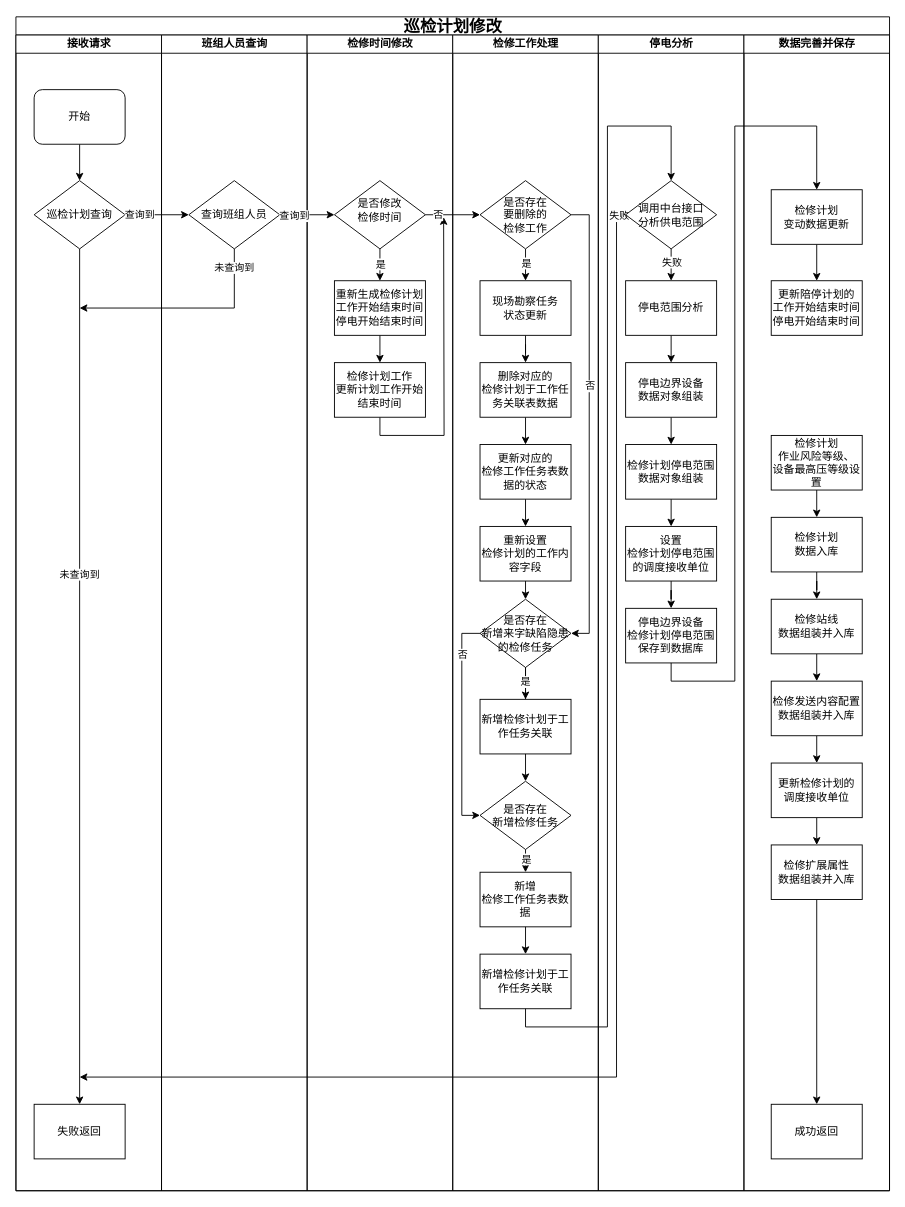
Above: 巡检计划修改.drawio in wwwwbo/myDraw (draw.io), before the change. Source tidied: cells renumbered, new cells numbered last; positions are measured from the earlier drawing's top-left corner, leaving out a move shared by most shapes. Both pictures are drawn from the tidied source at 91%, with x=0, y=0 at pixel (15, 16).
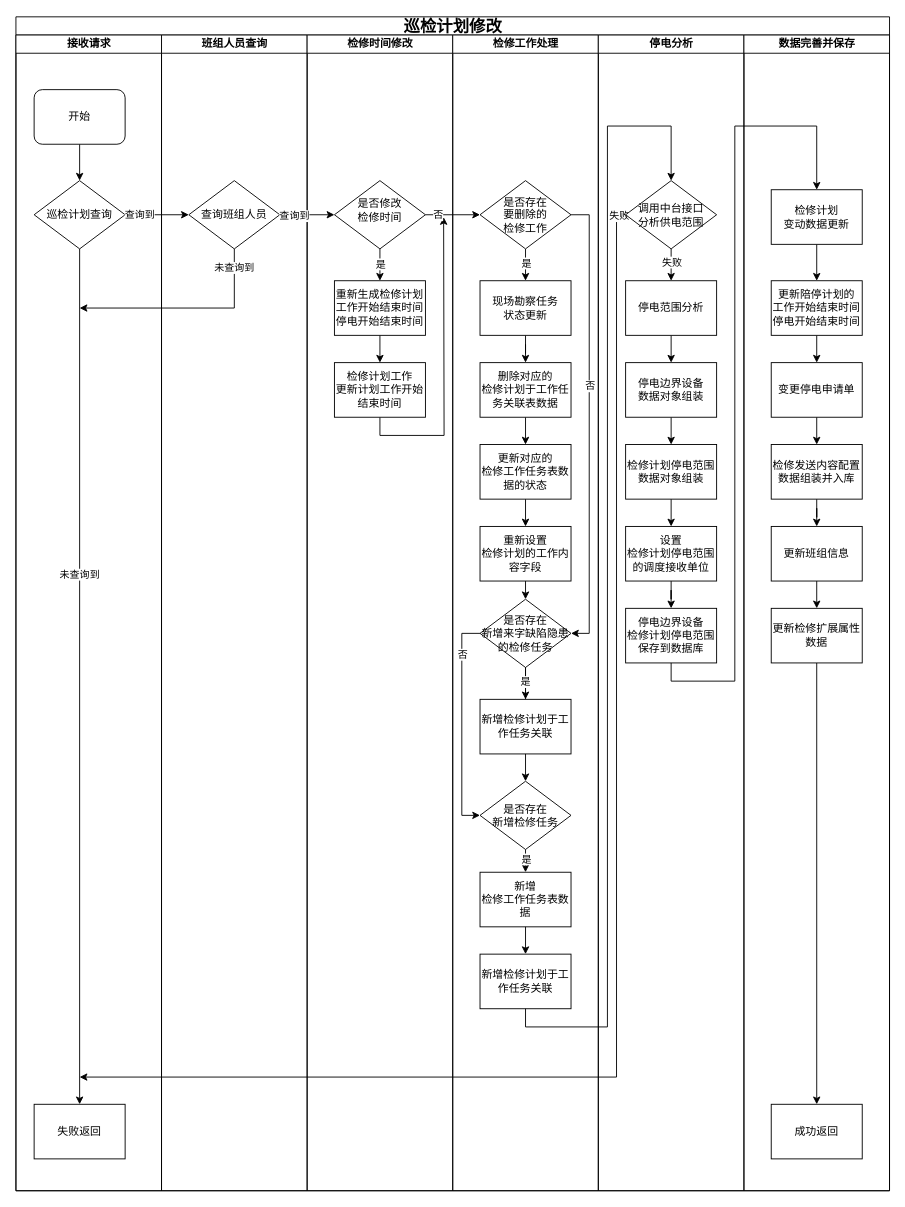
The same page after the edit.

Commit message (it also covers changes not shown here):
更新巡检计划修改.drawio

The change refers to these unchanged cells:
```xml
<mxCell id="71" value="数据完善并保存" style="swimlane;html=1;startSize=20;" parent="2" vertex="1">
  <mxGeometry x="800" y="20" width="160" height="1270" as="geometry" />
</mxCell>
<mxCell id="74" value="&lt;span style=&quot;font-size: 12px;&quot;&gt;更新陪停计划的&lt;/span&gt;&lt;div&gt;&lt;div&gt;&lt;span style=&quot;font-size: 12px;&quot;&gt;工作开始结束时间&lt;/span&gt;&lt;/div&gt;&lt;div&gt;&lt;span style=&quot;font-size: 12px;&quot;&gt;停电开始结束时间&lt;/span&gt;&lt;/div&gt;&lt;/div&gt;" style="whiteSpace=wrap;html=1;fontSize=8;fontFamily=Verdana;rounded=0;shadow=0;labelBackgroundColor=none;strokeWidth=1;" parent="71" vertex="1">
  <mxGeometry x="30" y="270" width="100" height="60" as="geometry" />
</mxCell>
<mxCell id="87" value="&lt;span style=&quot;font-size: 12px;&quot;&gt;成功返回&lt;/span&gt;" style="whiteSpace=wrap;html=1;fontSize=8;fontFamily=Verdana;rounded=0;shadow=0;labelBackgroundColor=none;strokeWidth=1;" parent="71" vertex="1">
  <mxGeometry x="30" y="1175" width="100" height="60" as="geometry" />
</mxCell>
```

Change to the diagram source:
```diff
@@
+    <mxCell id="90" style="edgeStyle=orthogonalEdgeStyle;rounded=0;jettySize=auto;html=1;exitX=0.5;exitY=1;exitDx=0;exitDy=0;entryX=0.5;entryY=0;entryDx=0;entryDy=0;" parent="71" edge="1" source="74" target="76">
+      <mxGeometry relative="1" as="geometry" />
+    </mxCell>
@@
-    <mxCell id="76" value="&lt;span style=&quot;font-size: 12px;&quot;&gt;检修计划&lt;/span&gt;&lt;div&gt;&lt;span style=&quot;font-size: 12px; background-color: transparent; color: light-dark(rgb(0, 0, 0), rgb(255, 255, 255));&quot;&gt;作业风险等级、&lt;/span&gt;&lt;div&gt;&lt;span style=&quot;font-size: 12px;&quot;&gt;设备最高压等级设置&lt;/span&gt;&lt;/div&gt;&lt;div&gt;&lt;span style=&quot;font-size: 12px;&quot;&gt;&lt;/span&gt;&lt;/div&gt;&lt;/div&gt;" style="whiteSpace=wrap;html=1;fontSize=8;fontFamily=Verdana;rounded=0;shadow=0;labelBackgroundColor=none;strokeWidth=1;" parent="71" vertex="1">
-      <mxGeometry x="30" y="440" width="100" height="60" as="geometry" />
+    <mxCell id="76" value="&lt;span style=&quot;font-size: 12px;&quot;&gt;变更停电申请单&lt;/span&gt;" style="whiteSpace=wrap;html=1;fontSize=8;fontFamily=Verdana;rounded=0;shadow=0;labelBackgroundColor=none;strokeWidth=1;" parent="71" vertex="1">
+      <mxGeometry x="30" y="360" width="100" height="60" as="geometry" />
     </mxCell>
@@
-    <mxCell id="78" value="&lt;div&gt;&lt;span style=&quot;font-size: 12px;&quot;&gt;检修计划&lt;/span&gt;&lt;/div&gt;&lt;div&gt;&lt;span style=&quot;font-size: 12px;&quot;&gt;数据入库&lt;/span&gt;&lt;/div&gt;" style="whiteSpace=wrap;html=1;fontSize=8;fontFamily=Verdana;rounded=0;shadow=0;labelBackgroundColor=none;strokeWidth=1;" parent="71" vertex="1">
-      <mxGeometry x="30" y="530" width="100" height="60" as="geometry" />
+    <mxCell id="78" value="&lt;div&gt;&lt;span style=&quot;font-size: 12px;&quot;&gt;检修发送内容配置&lt;/span&gt;&lt;/div&gt;&lt;div&gt;&lt;span style=&quot;font-size: 12px;&quot;&gt;数据组装并入库&lt;/span&gt;&lt;/div&gt;" style="whiteSpace=wrap;html=1;fontSize=8;fontFamily=Verdana;rounded=0;shadow=0;labelBackgroundColor=none;strokeWidth=1;" parent="71" vertex="1">
+      <mxGeometry x="30" y="450" width="100" height="60" as="geometry" />
     </mxCell>
@@
-    <mxCell id="80" value="&lt;div&gt;&lt;span style=&quot;font-size: 12px;&quot;&gt;检修站线&lt;/span&gt;&lt;/div&gt;&lt;div&gt;&lt;span style=&quot;font-size: 12px;&quot;&gt;数据组装并入库&lt;/span&gt;&lt;/div&gt;" style="whiteSpace=wrap;html=1;fontSize=8;fontFamily=Verdana;rounded=0;shadow=0;labelBackgroundColor=none;strokeWidth=1;" parent="71" vertex="1">
-      <mxGeometry x="30" y="620" width="100" height="60" as="geometry" />
+    <mxCell id="80" value="&lt;div&gt;&lt;span style=&quot;font-size: 12px;&quot;&gt;更新班组信息&lt;/span&gt;&lt;/div&gt;" style="whiteSpace=wrap;html=1;fontSize=8;fontFamily=Verdana;rounded=0;shadow=0;labelBackgroundColor=none;strokeWidth=1;" parent="71" vertex="1">
+      <mxGeometry x="30" y="540" width="100" height="60" as="geometry" />
     </mxCell>
-    <mxCell id="81" style="edgeStyle=orthogonalEdgeStyle;rounded=0;jettySize=auto;html=1;exitX=0.5;exitY=1;exitDx=0;exitDy=0;entryX=0.5;entryY=0;entryDx=0;entryDy=0;" parent="71" edge="1" source="82" target="84">
+    <mxCell id="81" style="edgeStyle=orthogonalEdgeStyle;rounded=0;jettySize=auto;html=1;exitX=0.5;exitY=1;exitDx=0;exitDy=0;entryX=0.5;entryY=0;entryDx=0;entryDy=0;" parent="71" edge="1" source="82" target="87">
       <mxGeometry relative="1" as="geometry" />
     </mxCell>
-    <mxCell id="82" value="&lt;div&gt;&lt;span style=&quot;font-size: 12px;&quot;&gt;检修发送内容配置&lt;/span&gt;&lt;/div&gt;&lt;div&gt;&lt;span style=&quot;font-size: 12px;&quot;&gt;数据组装并入库&lt;/span&gt;&lt;/div&gt;" style="whiteSpace=wrap;html=1;fontSize=8;fontFamily=Verdana;rounded=0;shadow=0;labelBackgroundColor=none;strokeWidth=1;" parent="71" vertex="1">
-      <mxGeometry x="30" y="710" width="100" height="60" as="geometry" />
+    <mxCell id="82" value="&lt;span style=&quot;font-size: 12px;&quot;&gt;更新检修扩展属性&lt;/span&gt;&lt;div&gt;&lt;span style=&quot;font-size: 12px;&quot;&gt;数据&lt;/span&gt;&lt;/div&gt;" style="whiteSpace=wrap;html=1;fontSize=8;fontFamily=Verdana;rounded=0;shadow=0;labelBackgroundColor=none;strokeWidth=1;" parent="71" vertex="1">
+      <mxGeometry x="30" y="630" width="100" height="60" as="geometry" />
     </mxCell>
-    <mxCell id="83" style="edgeStyle=orthogonalEdgeStyle;rounded=0;jettySize=auto;html=1;exitX=0.5;exitY=1;exitDx=0;exitDy=0;entryX=0.5;entryY=0;entryDx=0;entryDy=0;" parent="71" edge="1" source="84" target="86">
-      <mxGeometry relative="1" as="geometry" />
-    </mxCell>
-    <mxCell id="84" value="&lt;div&gt;&lt;span style=&quot;font-size: 12px;&quot;&gt;更新检修计划的&lt;/span&gt;&lt;/div&gt;&lt;div&gt;&lt;span style=&quot;font-size: 12px;&quot;&gt;调度接收单位&lt;/span&gt;&lt;/div&gt;" style="whiteSpace=wrap;html=1;fontSize=8;fontFamily=Verdana;rounded=0;shadow=0;labelBackgroundColor=none;strokeWidth=1;" parent="71" vertex="1">
-      <mxGeometry x="30" y="800" width="100" height="60" as="geometry" />
-    </mxCell>
-    <mxCell id="85" style="edgeStyle=orthogonalEdgeStyle;rounded=0;jettySize=auto;html=1;exitX=0.5;exitY=1;exitDx=0;exitDy=0;entryX=0.5;entryY=0;entryDx=0;entryDy=0;" parent="71" edge="1" source="86" target="87">
-      <mxGeometry relative="1" as="geometry" />
-    </mxCell>
-    <mxCell id="86" value="&lt;span style=&quot;font-size: 12px;&quot;&gt;检修扩展属性&lt;/span&gt;&lt;div&gt;&lt;span style=&quot;font-size: 12px;&quot;&gt;数据组装并入库&lt;/span&gt;&lt;/div&gt;" style="whiteSpace=wrap;html=1;fontSize=8;fontFamily=Verdana;rounded=0;shadow=0;labelBackgroundColor=none;strokeWidth=1;" parent="71" vertex="1">
-      <mxGeometry x="30" y="890" width="100" height="60" as="geometry" />
-    </mxCell>
```
